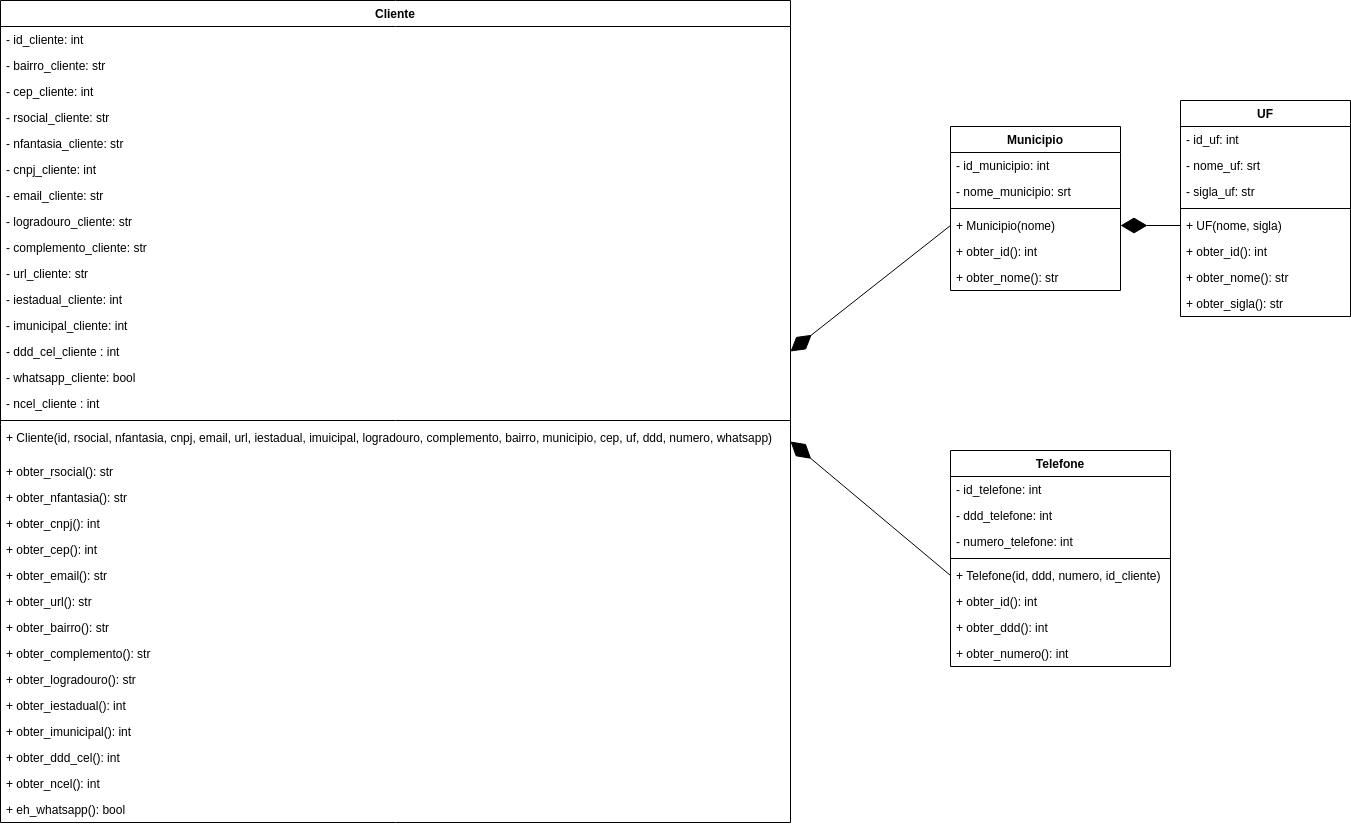
BritoWendel/ICS keeps this draw.io diagram as doc/Diagrama de Classes.png. Above is the earlier version. Source tidied: cells renumbered, new cells last; positions are measured from the earlier drawing's top-left corner, leaving out a move shared by most shapes.
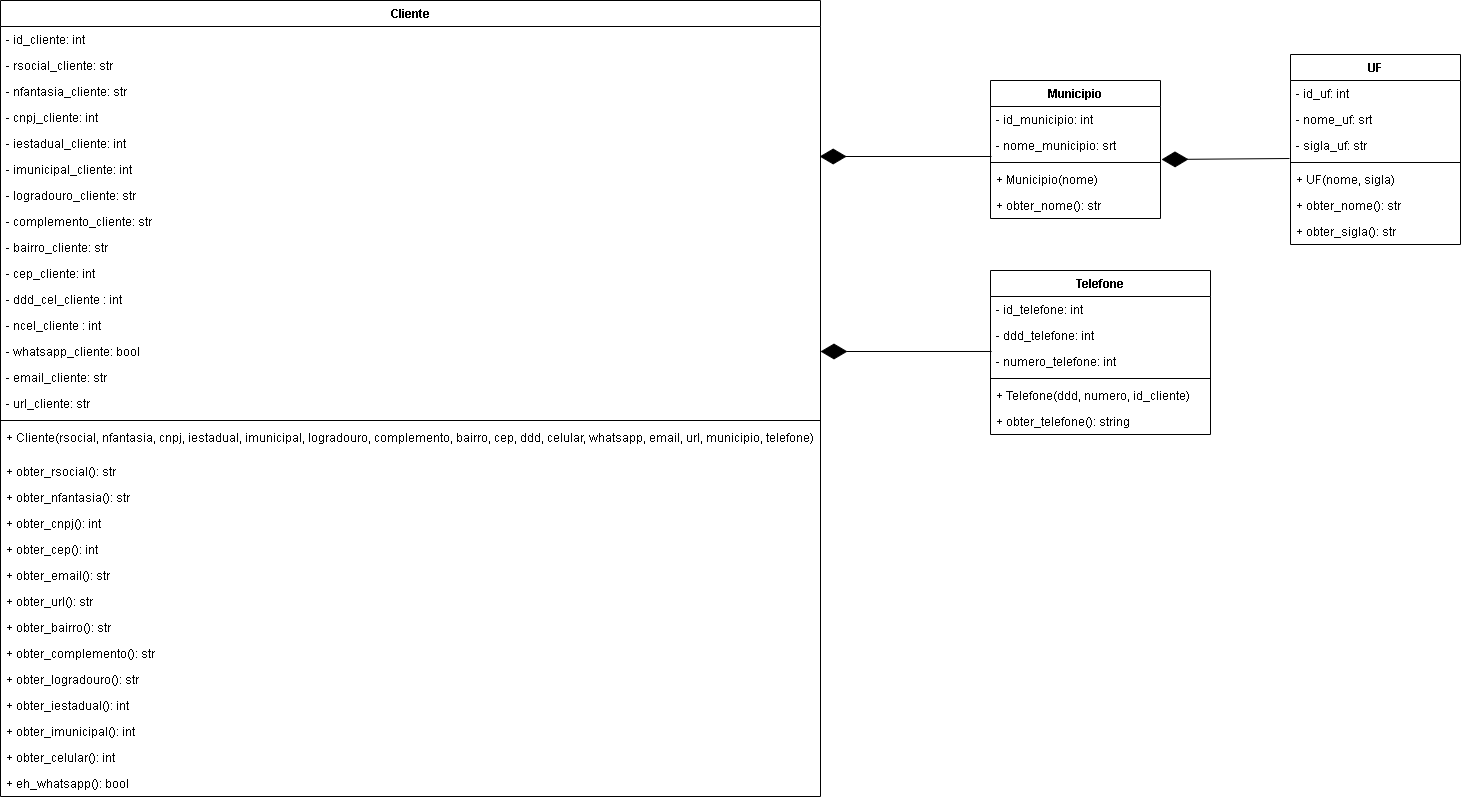
Above is the later version.

Commit message:
corrigido detalhes no diagrama de classe e no MER

What changed in the source:
```diff
@@ -4,3 +4,3 @@
     <mxCell id="1" parent="0" />
-    <mxCell id="2" style="endArrow=diamondThin;endFill=1;endSize=24;html=1;entryX=1;entryY=0.5;entryDx=0;entryDy=0;exitX=0;exitY=0.5;exitDx=0;exitDy=0;" parent="1" edge="1" source="58" target="20">
+    <mxCell id="2" style="endArrow=diamondThin;endFill=1;endSize=24;html=1;entryX=1;entryY=0.5;entryDx=0;entryDy=0;exitX=0.005;exitY=0.115;exitDx=0;exitDy=0;exitPerimeter=0;" parent="1" edge="1" source="56" target="17">
       <mxGeometry relative="1" as="geometry" />
@@ -8,99 +8,102 @@
     <mxCell id="3" value="Cliente&#10;" style="swimlane;fontStyle=1;align=center;verticalAlign=top;horizontal=1;startSize=26;" parent="1" vertex="1">
-      <mxGeometry width="790" height="822" as="geometry" />
+      <mxGeometry width="820" height="796" as="geometry" />
     </mxCell>
     <mxCell id="4" value="- id_cliente: int" style="text;strokeColor=none;fillColor=none;align=left;verticalAlign=top;spacingLeft=4;spacingRight=4;overflow=hidden;" parent="3" vertex="1">
-      <mxGeometry y="26" width="790" height="26" as="geometry" />
+      <mxGeometry y="26" width="820" height="26" as="geometry" />
     </mxCell>
-    <mxCell id="5" value="- bairro_cliente: str" style="text;strokeColor=none;fillColor=none;align=left;verticalAlign=top;spacingLeft=4;spacingRight=4;overflow=hidden;" parent="3" vertex="1">
-      <mxGeometry y="52" width="790" height="26" as="geometry" />
-    </mxCell>
-    <mxCell id="6" value="- cep_cliente: int" style="text;strokeColor=none;fillColor=none;align=left;verticalAlign=top;spacingLeft=4;spacingRight=4;overflow=hidden;" parent="3" vertex="1">
-      <mxGeometry y="78" width="790" height="26" as="geometry" />
-    </mxCell>
     <mxCell id="7" value="- rsocial_cliente: str" style="text;strokeColor=none;fillColor=none;align=left;verticalAlign=top;spacingLeft=4;spacingRight=4;overflow=hidden;" parent="3" vertex="1">
-      <mxGeometry y="104" width="790" height="26" as="geometry" />
+      <mxGeometry y="52" width="820" height="26" as="geometry" />
     </mxCell>
     <mxCell id="8" value="- nfantasia_cliente: str" style="text;strokeColor=none;fillColor=none;align=left;verticalAlign=top;spacingLeft=4;spacingRight=4;overflow=hidden;" parent="3" vertex="1">
-      <mxGeometry y="130" width="790" height="26" as="geometry" />
+      <mxGeometry y="78" width="820" height="26" as="geometry" />
     </mxCell>
     <mxCell id="9" value="- cnpj_cliente: int" style="text;strokeColor=none;fillColor=none;align=left;verticalAlign=top;spacingLeft=4;spacingRight=4;overflow=hidden;" parent="3" vertex="1">
-      <mxGeometry y="156" width="790" height="26" as="geometry" />
+      <mxGeometry y="104" width="820" height="26" as="geometry" />
     </mxCell>
-    <mxCell id="10" value="- email_cliente: str" style="text;strokeColor=none;fillColor=none;align=left;verticalAlign=top;spacingLeft=4;spacingRight=4;overflow=hidden;" parent="3" vertex="1">
-      <mxGeometry y="182" width="790" height="26" as="geometry" />
-    </mxCell>
+    <mxCell id="14" value="- iestadual_cliente: int" style="text;strokeColor=none;fillColor=none;align=left;verticalAlign=top;spacingLeft=4;spacingRight=4;overflow=hidden;" parent="3" vertex="1">
+      <mxGeometry y="130" width="820" height="26" as="geometry" />
+    </mxCell>
+    <mxCell id="15" value="- imunicipal_cliente: int" style="text;strokeColor=none;fillColor=none;align=left;verticalAlign=top;spacingLeft=4;spacingRight=4;overflow=hidden;points=[[0,0.5],[1,0.5]];portConstraint=eastwest;" parent="3" vertex="1">
+      <mxGeometry y="156" width="820" height="26" as="geometry" />
+    </mxCell>
     <mxCell id="11" value="- logradouro_cliente: str" style="text;strokeColor=none;fillColor=none;align=left;verticalAlign=top;spacingLeft=4;spacingRight=4;overflow=hidden;" parent="3" vertex="1">
-      <mxGeometry y="208" width="790" height="26" as="geometry" />
+      <mxGeometry y="182" width="820" height="26" as="geometry" />
     </mxCell>
     <mxCell id="12" value="- complemento_cliente: str" style="text;strokeColor=none;fillColor=none;align=left;verticalAlign=top;spacingLeft=4;spacingRight=4;overflow=hidden;" parent="3" vertex="1">
-      <mxGeometry y="234" width="790" height="26" as="geometry" />
+      <mxGeometry y="208" width="820" height="26" as="geometry" />
     </mxCell>
+    <mxCell id="5" value="- bairro_cliente: str" style="text;strokeColor=none;fillColor=none;align=left;verticalAlign=top;spacingLeft=4;spacingRight=4;overflow=hidden;" parent="3" vertex="1">
+      <mxGeometry y="234" width="820" height="26" as="geometry" />
+    </mxCell>
+    <mxCell id="6" value="- cep_cliente: int" style="text;strokeColor=none;fillColor=none;align=left;verticalAlign=top;spacingLeft=4;spacingRight=4;overflow=hidden;" parent="3" vertex="1">
+      <mxGeometry y="260" width="820" height="26" as="geometry" />
+    </mxCell>
+    <mxCell id="16" value="- ddd_cel_cliente : int" style="text;strokeColor=none;fillColor=none;align=left;verticalAlign=top;spacingLeft=4;spacingRight=4;overflow=hidden;points=[[0,0.5],[1,0.5]];portConstraint=eastwest;" parent="3" vertex="1">
+      <mxGeometry y="286" width="820" height="26" as="geometry" />
+    </mxCell>
+    <mxCell id="18" value="- ncel_cliente : int" style="text;strokeColor=none;fillColor=none;align=left;verticalAlign=top;spacingLeft=4;spacingRight=4;overflow=hidden;" parent="3" vertex="1">
+      <mxGeometry y="312" width="820" height="26" as="geometry" />
+    </mxCell>
+    <mxCell id="17" value="- whatsapp_cliente: bool" style="text;strokeColor=none;fillColor=none;align=left;verticalAlign=top;spacingLeft=4;spacingRight=4;overflow=hidden;points=[[0,0.5],[1,0.5]];portConstraint=eastwest;" parent="3" vertex="1">
+      <mxGeometry y="338" width="820" height="26" as="geometry" />
+    </mxCell>
+    <mxCell id="10" value="- email_cliente: str" style="text;strokeColor=none;fillColor=none;align=left;verticalAlign=top;spacingLeft=4;spacingRight=4;overflow=hidden;" parent="3" vertex="1">
+      <mxGeometry y="364" width="820" height="26" as="geometry" />
+    </mxCell>
     <mxCell id="13" value="- url_cliente: str" style="text;strokeColor=none;fillColor=none;align=left;verticalAlign=top;spacingLeft=4;spacingRight=4;overflow=hidden;" parent="3" vertex="1">
-      <mxGeometry y="260" width="790" height="26" as="geometry" />
+      <mxGeometry y="390" width="820" height="26" as="geometry" />
     </mxCell>
-    <mxCell id="14" value="- iestadual_cliente: int" style="text;strokeColor=none;fillColor=none;align=left;verticalAlign=top;spacingLeft=4;spacingRight=4;overflow=hidden;" parent="3" vertex="1">
-      <mxGeometry y="286" width="790" height="26" as="geometry" />
-    </mxCell>
-    <mxCell id="15" value="- imunicipal_cliente: int" style="text;strokeColor=none;fillColor=none;align=left;verticalAlign=top;spacingLeft=4;spacingRight=4;overflow=hidden;points=[[0,0.5],[1,0.5]];portConstraint=eastwest;" parent="3" vertex="1">
-      <mxGeometry y="312" width="790" height="26" as="geometry" />
-    </mxCell>
-    <mxCell id="16" value="- ddd_cel_cliente : int" style="text;strokeColor=none;fillColor=none;align=left;verticalAlign=top;spacingLeft=4;spacingRight=4;overflow=hidden;points=[[0,0.5],[1,0.5]];portConstraint=eastwest;" parent="3" vertex="1">
-      <mxGeometry y="338" width="790" height="26" as="geometry" />
-    </mxCell>
-    <mxCell id="17" value="- whatsapp_cliente: bool" style="text;strokeColor=none;fillColor=none;align=left;verticalAlign=top;spacingLeft=4;spacingRight=4;overflow=hidden;points=[[0,0.5],[1,0.5]];portConstraint=eastwest;" parent="3" vertex="1">
-      <mxGeometry y="364" width="790" height="26" as="geometry" />
-    </mxCell>
-    <mxCell id="18" value="- ncel_cliente : int" style="text;strokeColor=none;fillColor=none;align=left;verticalAlign=top;spacingLeft=4;spacingRight=4;overflow=hidden;" parent="3" vertex="1">
-      <mxGeometry y="390" width="790" height="26" as="geometry" />
-    </mxCell>
     <mxCell id="19" style="line;strokeWidth=1;fillColor=none;align=left;verticalAlign=middle;spacingTop=-1;spacingLeft=3;spacingRight=3;labelPosition=right;" parent="3" vertex="1">
-      <mxGeometry y="416" width="790" height="8" as="geometry" />
+      <mxGeometry y="416" width="820" height="8" as="geometry" />
     </mxCell>
-    <mxCell id="20" value="+ Cliente(id, rsocial, nfantasia, cnpj, email, url, iestadual, imuicipal, logradouro, complemento, bairro, municipio, cep, uf, ddd, numero, whatsapp)" style="text;strokeColor=none;fillColor=none;align=left;verticalAlign=top;spacingLeft=4;spacingRight=4;overflow=hidden;points=[[0,0.5],[1,0.5]];portConstraint=eastwest;" parent="3" vertex="1">
-      <mxGeometry y="424" width="790" height="34" as="geometry" />
+    <mxCell id="20" value="+ Cliente(rsocial, nfantasia, cnpj, iestadual, imunicipal, logradouro, complemento, bairro, cep, ddd, celular, whatsapp, email, url, municipio, telefone)" style="text;strokeColor=none;fillColor=none;align=left;verticalAlign=top;spacingLeft=4;spacingRight=4;overflow=hidden;points=[[0,0.5],[1,0.5]];portConstraint=eastwest;" parent="3" vertex="1">
+      <mxGeometry y="424" width="820" height="34" as="geometry" />
     </mxCell>
     <mxCell id="21" value="+ obter_rsocial(): str" style="text;strokeColor=none;fillColor=none;align=left;verticalAlign=top;spacingLeft=4;spacingRight=4;overflow=hidden;" parent="3" vertex="1">
-      <mxGeometry y="458" width="790" height="26" as="geometry" />
+      <mxGeometry y="458" width="820" height="26" as="geometry" />
     </mxCell>
     <mxCell id="22" value="+ obter_nfantasia(): str" style="text;strokeColor=none;fillColor=none;align=left;verticalAlign=top;spacingLeft=4;spacingRight=4;overflow=hidden;" parent="3" vertex="1">
-      <mxGeometry y="484" width="790" height="26" as="geometry" />
+      <mxGeometry y="484" width="820" height="26" as="geometry" />
     </mxCell>
     <mxCell id="23" value="+ obter_cnpj(): int" style="text;strokeColor=none;fillColor=none;align=left;verticalAlign=top;spacingLeft=4;spacingRight=4;overflow=hidden;" parent="3" vertex="1">
-      <mxGeometry y="510" width="790" height="26" as="geometry" />
+      <mxGeometry y="510" width="820" height="26" as="geometry" />
     </mxCell>
     <mxCell id="24" value="+ obter_cep(): int" style="text;strokeColor=none;fillColor=none;align=left;verticalAlign=top;spacingLeft=4;spacingRight=4;overflow=hidden;" parent="3" vertex="1">
-      <mxGeometry y="536" width="790" height="26" as="geometry" />
+      <mxGeometry y="536" width="820" height="26" as="geometry" />
     </mxCell>
     <mxCell id="25" value="+ obter_email(): str" style="text;strokeColor=none;fillColor=none;align=left;verticalAlign=top;spacingLeft=4;spacingRight=4;overflow=hidden;" parent="3" vertex="1">
-      <mxGeometry y="562" width="790" height="26" as="geometry" />
+      <mxGeometry y="562" width="820" height="26" as="geometry" />
     </mxCell>
     <mxCell id="26" value="+ obter_url(): str" style="text;strokeColor=none;fillColor=none;align=left;verticalAlign=top;spacingLeft=4;spacingRight=4;overflow=hidden;" parent="3" vertex="1">
-      <mxGeometry y="588" width="790" height="26" as="geometry" />
+      <mxGeometry y="588" width="820" height="26" as="geometry" />
     </mxCell>
     <mxCell id="27" value="+ obter_bairro(): str" style="text;strokeColor=none;fillColor=none;align=left;verticalAlign=top;spacingLeft=4;spacingRight=4;overflow=hidden;" parent="3" vertex="1">
-      <mxGeometry y="614" width="790" height="26" as="geometry" />
+      <mxGeometry y="614" width="820" height="26" as="geometry" />
     </mxCell>
     <mxCell id="28" value="+ obter_complemento(): str" style="text;strokeColor=none;fillColor=none;align=left;verticalAlign=top;spacingLeft=4;spacingRight=4;overflow=hidden;" parent="3" vertex="1">
-      <mxGeometry y="640" width="790" height="26" as="geometry" />
+      <mxGeometry y="640" width="820" height="26" as="geometry" />
     </mxCell>
     <mxCell id="29" value="+ obter_logradouro(): str" style="text;strokeColor=none;fillColor=none;align=left;verticalAlign=top;spacingLeft=4;spacingRight=4;overflow=hidden;" parent="3" vertex="1">
-      <mxGeometry y="666" width="790" height="26" as="geometry" />
+      <mxGeometry y="666" width="820" height="26" as="geometry" />
     </mxCell>
     <mxCell id="30" value="+ obter_iestadual(): int" style="text;strokeColor=none;fillColor=none;align=left;verticalAlign=top;spacingLeft=4;spacingRight=4;overflow=hidden;" parent="3" vertex="1">
-      <mxGeometry y="692" width="790" height="26" as="geometry" />
+      <mxGeometry y="692" width="820" height="26" as="geometry" />
     </mxCell>
     <mxCell id="31" value="+ obter_imunicipal(): int" style="text;strokeColor=none;fillColor=none;align=left;verticalAlign=top;spacingLeft=4;spacingRight=4;overflow=hidden;" parent="3" vertex="1">
-      <mxGeometry y="718" width="790" height="26" as="geometry" />
+      <mxGeometry y="718" width="820" height="26" as="geometry" />
     </mxCell>
-    <mxCell id="32" value="+ obter_ddd_cel(): int" style="text;strokeColor=none;fillColor=none;align=left;verticalAlign=top;spacingLeft=4;spacingRight=4;overflow=hidden;" parent="3" vertex="1">
-      <mxGeometry y="744" width="790" height="26" as="geometry" />
+    <mxCell id="32" value="+ obter_celular(): int" style="text;strokeColor=none;fillColor=none;align=left;verticalAlign=top;spacingLeft=4;spacingRight=4;overflow=hidden;" parent="3" vertex="1">
+      <mxGeometry y="744" width="820" height="26" as="geometry" />
     </mxCell>
-    <mxCell id="33" value="+ obter_ncel(): int" style="text;strokeColor=none;fillColor=none;align=left;verticalAlign=top;spacingLeft=4;spacingRight=4;overflow=hidden;" parent="3" vertex="1">
-      <mxGeometry y="770" width="790" height="26" as="geometry" />
-    </mxCell>
     <mxCell id="34" value="+ eh_whatsapp(): bool" style="text;strokeColor=none;fillColor=none;align=left;verticalAlign=top;spacingLeft=4;spacingRight=4;overflow=hidden;" parent="3" vertex="1">
-      <mxGeometry y="796" width="790" height="26" as="geometry" />
+      <mxGeometry y="770" width="820" height="26" as="geometry" />
     </mxCell>
+    <mxCell id="42" style="endArrow=diamondThin;endFill=1;endSize=24;html=1;entryX=1.006;entryY=0.125;entryDx=0;entryDy=0;exitX=-0.006;exitY=1;exitDx=0;exitDy=0;entryPerimeter=0;exitPerimeter=0;" parent="1" edge="1" source="47" target="38">
+      <mxGeometry relative="1" as="geometry" />
+    </mxCell>
+    <mxCell id="43" style="endArrow=diamondThin;endFill=1;endSize=24;html=1;exitX=0.006;exitY=0.923;exitDx=0;exitDy=0;exitPerimeter=0;entryX=0.999;entryY=0;entryDx=0;entryDy=0;entryPerimeter=0;" parent="1" edge="1" source="37" target="15">
+      <mxGeometry relative="1" as="geometry" />
+    </mxCell>
     <mxCell id="35" value="Municipio" style="swimlane;fontStyle=1;align=center;verticalAlign=top;horizontal=1;startSize=26;" parent="1" vertex="1">
-      <mxGeometry x="950" y="126" width="170" height="164" as="geometry" />
+      <mxGeometry x="990" y="80" width="170" height="138" as="geometry" />
     </mxCell>
@@ -118,16 +121,7 @@
     </mxCell>
-    <mxCell id="40" value="+ obter_id(): int" style="text;strokeColor=none;fillColor=none;align=left;verticalAlign=top;spacingLeft=4;spacingRight=4;overflow=hidden;" parent="35" vertex="1">
-      <mxGeometry y="112" width="170" height="26" as="geometry" />
-    </mxCell>
     <mxCell id="41" value="+ obter_nome(): str" style="text;strokeColor=none;fillColor=none;align=left;verticalAlign=top;spacingLeft=4;spacingRight=4;overflow=hidden;" parent="35" vertex="1">
-      <mxGeometry y="138" width="170" height="26" as="geometry" />
+      <mxGeometry y="112" width="170" height="26" as="geometry" />
     </mxCell>
-    <mxCell id="42" style="endArrow=diamondThin;endFill=1;endSize=24;html=1;entryX=1;entryY=0.5;entryDx=0;entryDy=0;exitX=0;exitY=0.5;exitDx=0;exitDy=0;" parent="1" edge="1" source="49" target="39">
-      <mxGeometry relative="1" as="geometry" />
-    </mxCell>
-    <mxCell id="43" style="endArrow=diamondThin;endFill=1;endSize=24;html=1;entryX=1;entryY=0.5;entryDx=0;entryDy=0;exitX=0;exitY=0.5;exitDx=0;exitDy=0;" parent="1" edge="1" source="39" target="16">
-      <mxGeometry relative="1" as="geometry" />
-    </mxCell>
     <mxCell id="44" value="UF" style="swimlane;fontStyle=1;align=center;verticalAlign=top;horizontal=1;startSize=26;" parent="1" vertex="1">
-      <mxGeometry x="1180" y="100" width="170" height="216" as="geometry" />
+      <mxGeometry x="1290" y="54" width="170" height="190" as="geometry" />
     </mxCell>
@@ -148,13 +142,10 @@
     </mxCell>
-    <mxCell id="50" value="+ obter_id(): int" style="text;strokeColor=none;fillColor=none;align=left;verticalAlign=top;spacingLeft=4;spacingRight=4;overflow=hidden;" parent="44" vertex="1">
-      <mxGeometry y="138" width="170" height="26" as="geometry" />
-    </mxCell>
     <mxCell id="51" value="+ obter_nome(): str" style="text;strokeColor=none;fillColor=none;align=left;verticalAlign=top;spacingLeft=4;spacingRight=4;overflow=hidden;" parent="44" vertex="1">
-      <mxGeometry y="164" width="170" height="26" as="geometry" />
+      <mxGeometry y="138" width="170" height="26" as="geometry" />
     </mxCell>
     <mxCell id="52" value="+ obter_sigla(): str" style="text;strokeColor=none;fillColor=none;align=left;verticalAlign=top;spacingLeft=4;spacingRight=4;overflow=hidden;" parent="44" vertex="1">
-      <mxGeometry y="190" width="170" height="26" as="geometry" />
+      <mxGeometry y="164" width="170" height="26" as="geometry" />
     </mxCell>
     <mxCell id="53" value="Telefone" style="swimlane;fontStyle=1;align=center;verticalAlign=top;horizontal=1;startSize=26;" parent="1" vertex="1">
-      <mxGeometry x="950" y="450" width="220" height="216" as="geometry" />
+      <mxGeometry x="990" y="270" width="220" height="164" as="geometry" />
     </mxCell>
@@ -172,14 +163,8 @@
     </mxCell>
-    <mxCell id="58" value="+ Telefone(id, ddd, numero, id_cliente)" style="text;strokeColor=none;fillColor=none;align=left;verticalAlign=top;spacingLeft=4;spacingRight=4;overflow=hidden;points=[[0,0.5],[1,0.5]];portConstraint=eastwest;" parent="53" vertex="1">
+    <mxCell id="58" value="+ Telefone(ddd, numero, id_cliente)" style="text;strokeColor=none;fillColor=none;align=left;verticalAlign=top;spacingLeft=4;spacingRight=4;overflow=hidden;points=[[0,0.5],[1,0.5]];portConstraint=eastwest;" parent="53" vertex="1">
       <mxGeometry y="112" width="220" height="26" as="geometry" />
     </mxCell>
-    <mxCell id="59" value="+ obter_id(): int" style="text;strokeColor=none;fillColor=none;align=left;verticalAlign=top;spacingLeft=4;spacingRight=4;overflow=hidden;" parent="53" vertex="1">
+    <mxCell id="59" value="+ obter_telefone(): string" style="text;strokeColor=none;fillColor=none;align=left;verticalAlign=top;spacingLeft=4;spacingRight=4;overflow=hidden;" parent="53" vertex="1">
       <mxGeometry y="138" width="220" height="26" as="geometry" />
     </mxCell>
-    <mxCell id="60" value="+ obter_ddd(): int" style="text;strokeColor=none;fillColor=none;align=left;verticalAlign=top;spacingLeft=4;spacingRight=4;overflow=hidden;" parent="53" vertex="1">
-      <mxGeometry y="164" width="220" height="26" as="geometry" />
-    </mxCell>
-    <mxCell id="61" value="+ obter_numero(): int" style="text;strokeColor=none;fillColor=none;align=left;verticalAlign=top;spacingLeft=4;spacingRight=4;overflow=hidden;" parent="53" vertex="1">
-      <mxGeometry y="190" width="220" height="26" as="geometry" />
-    </mxCell>
   </root>
```
